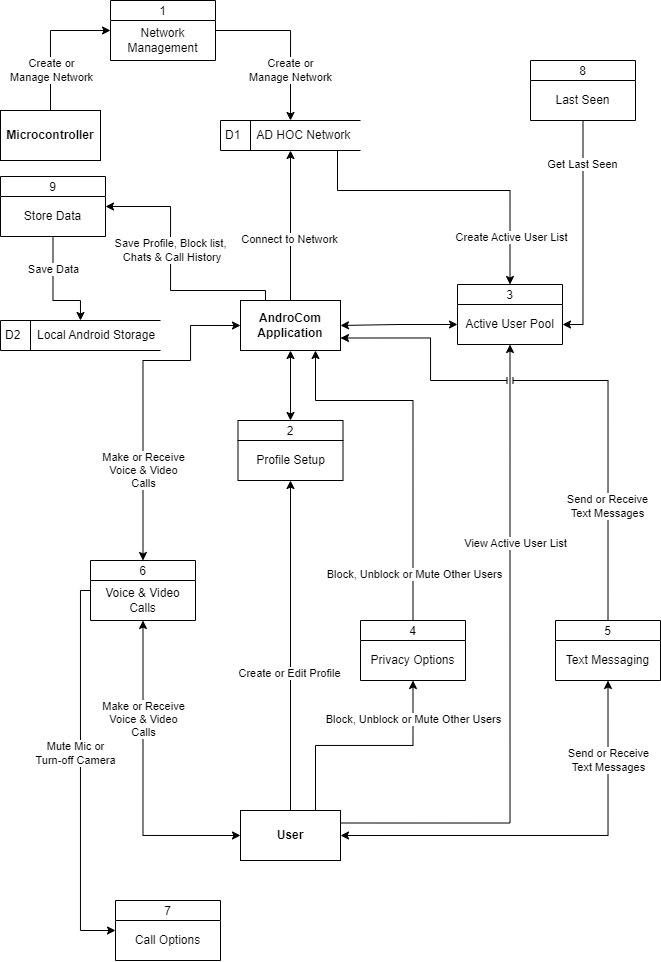
Earlier version of the draw.io export Figures/Data Flow Diagram/Image/AndroCom_DataFlowDiagram.drawio.png (imharris24/AndroCom-Android). Source tidied: cells renumbered, new cells last; positions are measured from the earlier drawing's top-left corner, leaving out a move shared by most shapes.
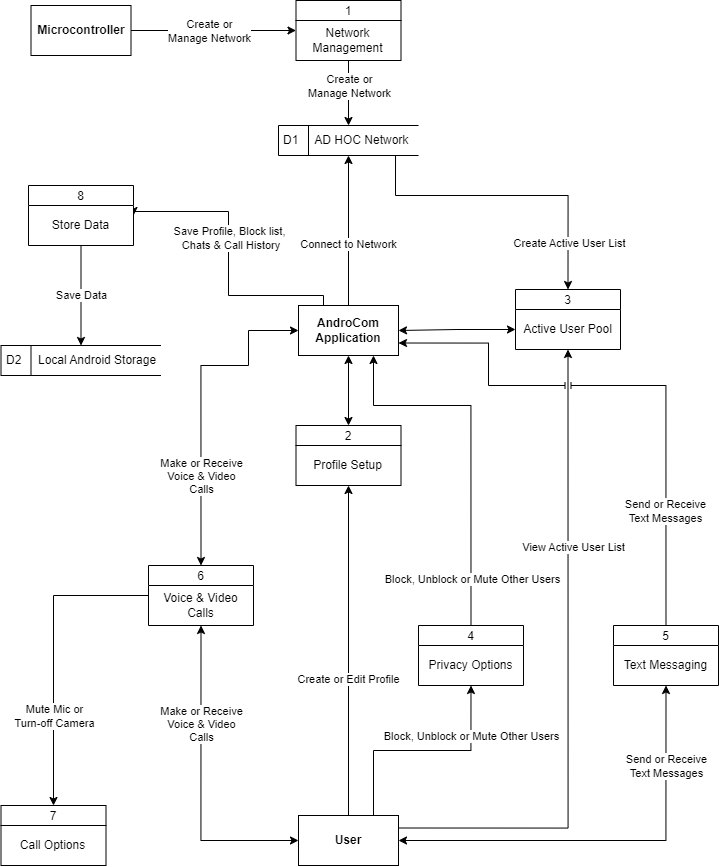
After the commit.

The edit, as a diff of the source:
```diff
@@ -2,14 +2,16 @@
   <root>
     <mxCell id="0" />
     <mxCell id="1" parent="0" />
-    <mxCell id="2" style="edgeStyle=orthogonalEdgeStyle;rounded=0;jettySize=auto;html=1;exitX=0.5;exitY=0;exitDx=0;exitDy=0;entryX=0;entryY=0.25;entryDx=0;entryDy=0;" parent="1" edge="1" source="4" target="39">
+    <mxCell id="2" style="rounded=0;jettySize=auto;html=1;exitX=1;exitY=0.5;exitDx=0;exitDy=0;entryX=0;entryY=0.25;entryDx=0;entryDy=0;" parent="1" edge="1" source="4" target="39">
       <mxGeometry relative="1" as="geometry" />
     </mxCell>
     <mxCell id="3" value="Create or &lt;br&gt;Manage Network&lt;br&gt;" style="edgeLabel;html=1;align=center;verticalAlign=middle;" parent="2" vertex="1">
-      <mxGeometry x="-0.41" y="-1" relative="1" as="geometry" />
+      <mxGeometry x="-0.41" y="-1" relative="1" as="geometry">
+        <mxPoint x="29" y="-1" as="offset" />
+      </mxGeometry>
     </mxCell>
     <mxCell id="4" value="&lt;b&gt;Microcontroller&lt;/b&gt;" style="html=1;dashed=0;whiteSpace=wrap;" parent="1" vertex="1">
-      <mxGeometry y="110" width="100" height="50" as="geometry" />
+      <mxGeometry x="-27.5" width="100" height="50" as="geometry" />
     </mxCell>
     <mxCell id="5" value="D1&amp;nbsp; &amp;nbsp; &amp;nbsp;AD HOC Network" style="html=1;dashed=0;whiteSpace=wrap;shape=mxgraph.dfd.dataStoreID;align=left;spacingLeft=3;points=[[0,0],[0.5,0],[1,0],[0,0.5],[1,0.5],[0,1],[0.5,1],[1,1]];" parent="1" vertex="1">
       <mxGeometry x="220" y="120" width="140" height="30" as="geometry" />
@@ -25,7 +27,7 @@
     </mxCell>
     <mxCell id="9" value="Block, Unblock or Mute Other Users" style="edgeLabel;html=1;align=center;verticalAlign=middle;" parent="8" vertex="1">
       <mxGeometry x="0.58" y="-3" relative="1" as="geometry">
-        <mxPoint x="-3" y="-9" as="offset" />
+        <mxPoint x="-3" y="3" as="offset" />
       </mxGeometry>
     </mxCell>
     <mxCell id="10" style="edgeStyle=orthogonalEdgeStyle;rounded=0;jettySize=auto;html=1;exitX=1;exitY=0.5;exitDx=0;exitDy=0;entryX=0.5;entryY=1;entryDx=0;entryDy=0;startArrow=classic;startFill=1;" parent="1" edge="1" source="13" target="37">
@@ -123,7 +125,7 @@
       <mxGeometry x="413.5" y="573.6" as="geometry" />
     </mxCell>
     <mxCell id="33" value="D2&amp;nbsp; &amp;nbsp; &amp;nbsp;Local Android Storage" style="html=1;dashed=0;whiteSpace=wrap;shape=mxgraph.dfd.dataStoreID;align=left;spacingLeft=3;points=[[0,0],[0.5,0],[1,0],[0,0.5],[1,0.5],[0,1],[0.5,1],[1,1]];" parent="1" vertex="1">
-      <mxGeometry y="320" width="160" height="30" as="geometry" />
+      <mxGeometry x="-57.5" y="340" width="160" height="30" as="geometry" />
     </mxCell>
     <mxCell id="34" style="edgeStyle=orthogonalEdgeStyle;rounded=0;jettySize=auto;html=1;exitX=0.5;exitY=0;exitDx=0;exitDy=0;entryX=1;entryY=0.75;entryDx=0;entryDy=0;jumpStyle=line;startArrow=classic;startFill=1;" parent="1" edge="1" target="19">
       <mxGeometry relative="1" as="geometry">
@@ -145,16 +147,16 @@
       <mxGeometry y="20" width="105" height="40" as="geometry" />
     </mxCell>
     <mxCell id="38" value="1" style="swimlane;fontStyle=0;horizontal=1;startSize=20;fillColor=#ffffff;swimlaneFillColor=#ffffff;" parent="1" vertex="1">
-      <mxGeometry x="110" width="105" height="60" as="geometry" />
+      <mxGeometry x="237.5" y="-5" width="105" height="60" as="geometry" />
     </mxCell>
     <mxCell id="39" value="Network Management" style="text;html=1;strokeColor=none;fillColor=none;align=center;verticalAlign=middle;whiteSpace=wrap;rounded=0;" parent="38" vertex="1">
       <mxGeometry y="20" width="105" height="40" as="geometry" />
     </mxCell>
-    <mxCell id="40" style="edgeStyle=orthogonalEdgeStyle;rounded=0;jettySize=auto;html=1;exitX=1;exitY=0.25;exitDx=0;exitDy=0;entryX=0.5;entryY=0;entryDx=0;entryDy=0;" parent="1" edge="1" source="39" target="5">
+    <mxCell id="40" style="rounded=0;jettySize=auto;html=1;exitX=0.5;exitY=1;exitDx=0;exitDy=0;entryX=0.5;entryY=0;entryDx=0;entryDy=0;edgeStyle=orthogonalEdgeStyle;" parent="1" edge="1" source="39" target="5">
       <mxGeometry relative="1" as="geometry" />
     </mxCell>
     <mxCell id="41" value="Create or &lt;br&gt;Manage Network&lt;br&gt;" style="edgeLabel;html=1;align=center;verticalAlign=middle;" parent="1" vertex="1">
-      <mxGeometry x="290" y="70" as="geometry" />
+      <mxGeometry x="290" y="80" as="geometry" />
     </mxCell>
     <mxCell id="42" value="Send or Receive&lt;br&gt;Text Messages" style="edgeLabel;html=1;align=center;verticalAlign=middle;" parent="1" vertex="1">
       <mxGeometry x="607.5" y="760" as="geometry" />
@@ -178,52 +180,32 @@
       <mxGeometry x="142.5" y="470" as="geometry" />
     </mxCell>
     <mxCell id="47" value="7" style="swimlane;fontStyle=0;horizontal=1;startSize=20;fillColor=#ffffff;swimlaneFillColor=#ffffff;" parent="1" vertex="1">
-      <mxGeometry x="115" y="900" width="105" height="60" as="geometry" />
+      <mxGeometry x="-57.5" y="800" width="105" height="60" as="geometry" />
     </mxCell>
     <mxCell id="48" value="Call Options" style="text;html=1;strokeColor=none;fillColor=none;align=center;verticalAlign=middle;whiteSpace=wrap;rounded=0;" parent="47" vertex="1">
       <mxGeometry y="20" width="105" height="40" as="geometry" />
     </mxCell>
-    <mxCell id="49" style="edgeStyle=orthogonalEdgeStyle;rounded=0;jettySize=auto;html=1;exitX=0;exitY=0.25;exitDx=0;exitDy=0;entryX=0;entryY=0.25;entryDx=0;entryDy=0;" parent="1" edge="1" source="45" target="48">
-      <mxGeometry relative="1" as="geometry">
-        <Array as="points">
-          <mxPoint x="80" y="590" />
-          <mxPoint x="80" y="930" />
-        </Array>
-      </mxGeometry>
+    <mxCell id="49" style="rounded=0;jettySize=auto;html=1;exitX=0;exitY=0.25;exitDx=0;exitDy=0;entryX=0.5;entryY=0;entryDx=0;entryDy=0;edgeStyle=orthogonalEdgeStyle;" parent="1" edge="1" source="45" target="47">
+      <mxGeometry relative="1" as="geometry" />
     </mxCell>
     <mxCell id="50" value="Mute Mic or &lt;br&gt;Turn-off Camera" style="edgeLabel;html=1;align=center;verticalAlign=middle;" parent="49" vertex="1">
       <mxGeometry x="-0.1" relative="1" as="geometry">
-        <mxPoint x="-5" as="offset" />
+        <mxPoint y="78" as="offset" />
       </mxGeometry>
     </mxCell>
-    <mxCell id="51" value="8" style="swimlane;fontStyle=0;horizontal=1;startSize=20;fillColor=#ffffff;swimlaneFillColor=#ffffff;" parent="1" vertex="1">
-      <mxGeometry x="530" y="60" width="105" height="60" as="geometry" />
-    </mxCell>
-    <mxCell id="52" value="Last Seen" style="text;html=1;strokeColor=none;fillColor=none;align=center;verticalAlign=middle;whiteSpace=wrap;rounded=0;" parent="51" vertex="1">
-      <mxGeometry y="20" width="105" height="40" as="geometry" />
-    </mxCell>
-    <mxCell id="53" style="edgeStyle=orthogonalEdgeStyle;rounded=0;jettySize=auto;html=1;exitX=0.5;exitY=1;exitDx=0;exitDy=0;entryX=1;entryY=0.5;entryDx=0;entryDy=0;" parent="1" edge="1" source="52" target="24">
-      <mxGeometry relative="1" as="geometry" />
-    </mxCell>
-    <mxCell id="54" value="Get Last Seen" style="edgeLabel;html=1;align=center;verticalAlign=middle;" parent="53" vertex="1">
-      <mxGeometry x="-0.61" y="-1" relative="1" as="geometry" />
-    </mxCell>
-    <mxCell id="55" value="9" style="swimlane;fontStyle=0;horizontal=1;startSize=20;fillColor=#ffffff;swimlaneFillColor=#ffffff;" parent="1" vertex="1">
-      <mxGeometry y="176" width="105" height="60" as="geometry" />
+    <mxCell id="55" value="8" style="swimlane;fontStyle=0;horizontal=1;startSize=20;fillColor=#ffffff;swimlaneFillColor=#ffffff;" parent="1" vertex="1">
+      <mxGeometry x="-30" y="180" width="105" height="60" as="geometry" />
     </mxCell>
     <mxCell id="56" value="Store Data" style="text;html=1;strokeColor=none;fillColor=none;align=center;verticalAlign=middle;whiteSpace=wrap;rounded=0;" parent="55" vertex="1">
       <mxGeometry y="20" width="105" height="40" as="geometry" />
     </mxCell>
-    <mxCell id="57" style="edgeStyle=orthogonalEdgeStyle;rounded=0;jettySize=auto;html=1;exitX=0.5;exitY=1;exitDx=0;exitDy=0;entryX=0.5;entryY=0;entryDx=0;entryDy=0;" parent="1" edge="1" source="56" target="33">
-      <mxGeometry relative="1" as="geometry">
-        <Array as="points">
-          <mxPoint x="53" y="300" />
-          <mxPoint x="80" y="300" />
-        </Array>
-      </mxGeometry>
+    <mxCell id="57" style="rounded=0;jettySize=auto;html=1;exitX=0.5;exitY=1;exitDx=0;exitDy=0;entryX=0.5;entryY=0;entryDx=0;entryDy=0;edgeStyle=orthogonalEdgeStyle;" parent="1" edge="1" source="56" target="33">
+      <mxGeometry relative="1" as="geometry" />
     </mxCell>
     <mxCell id="58" value="Save Data" style="edgeLabel;html=1;align=center;verticalAlign=middle;" parent="57" vertex="1">
-      <mxGeometry x="-0.43" relative="1" as="geometry" />
+      <mxGeometry x="-0.43" relative="1" as="geometry">
+        <mxPoint y="21" as="offset" />
+      </mxGeometry>
     </mxCell>
   </root>
 </mxGraphModel>
```
